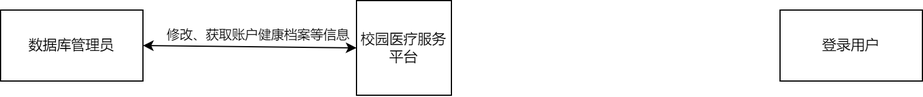
Earlier version of the draw.io export docs/系统设计报告/images/all_dataflow.png (Meng-XuanYu/Medical_System). Source tidied: cells renumbered, new cells last; positions are measured from the earlier drawing's top-left corner, leaving out a move shared by most shapes. Source of this version:
```xml
<mxGraphModel>
  <root>
    <mxCell id="0" />
    <mxCell id="1" parent="0" />
    <mxCell id="2" value="数据库管理员" style="rounded=0;whiteSpace=wrap;html=1;" parent="1" vertex="1">
      <mxGeometry y="8" width="120" height="60" as="geometry" />
    </mxCell>
    <mxCell id="3" value="登录用户" style="rounded=0;whiteSpace=wrap;html=1;" parent="1" vertex="1">
      <mxGeometry x="657" y="8" width="120" height="60" as="geometry" />
    </mxCell>
    <mxCell id="4" value="校园医疗服务平台" style="whiteSpace=wrap;html=1;" parent="1" vertex="1">
      <mxGeometry x="300" width="80" height="80" as="geometry" />
    </mxCell>
    <mxCell id="5" style="endArrow=classic;startArrow=classic;html=1;rounded=0;exitX=1;exitY=0.5;exitDx=0;exitDy=0;entryX=0;entryY=0.5;entryDx=0;entryDy=0;" parent="1" edge="1" source="2" target="4">
      <mxGeometry relative="1" as="geometry" />
    </mxCell>
    <mxCell id="6" value="修改、获取账户健康档案等信息" style="edgeLabel;html=1;align=center;verticalAlign=middle;" parent="5" vertex="1">
      <mxGeometry x="0.08" y="-2" relative="1" as="geometry">
        <mxPoint y="-12" as="offset" />
      </mxGeometry>
    </mxCell>
  </root>
</mxGraphModel>
```
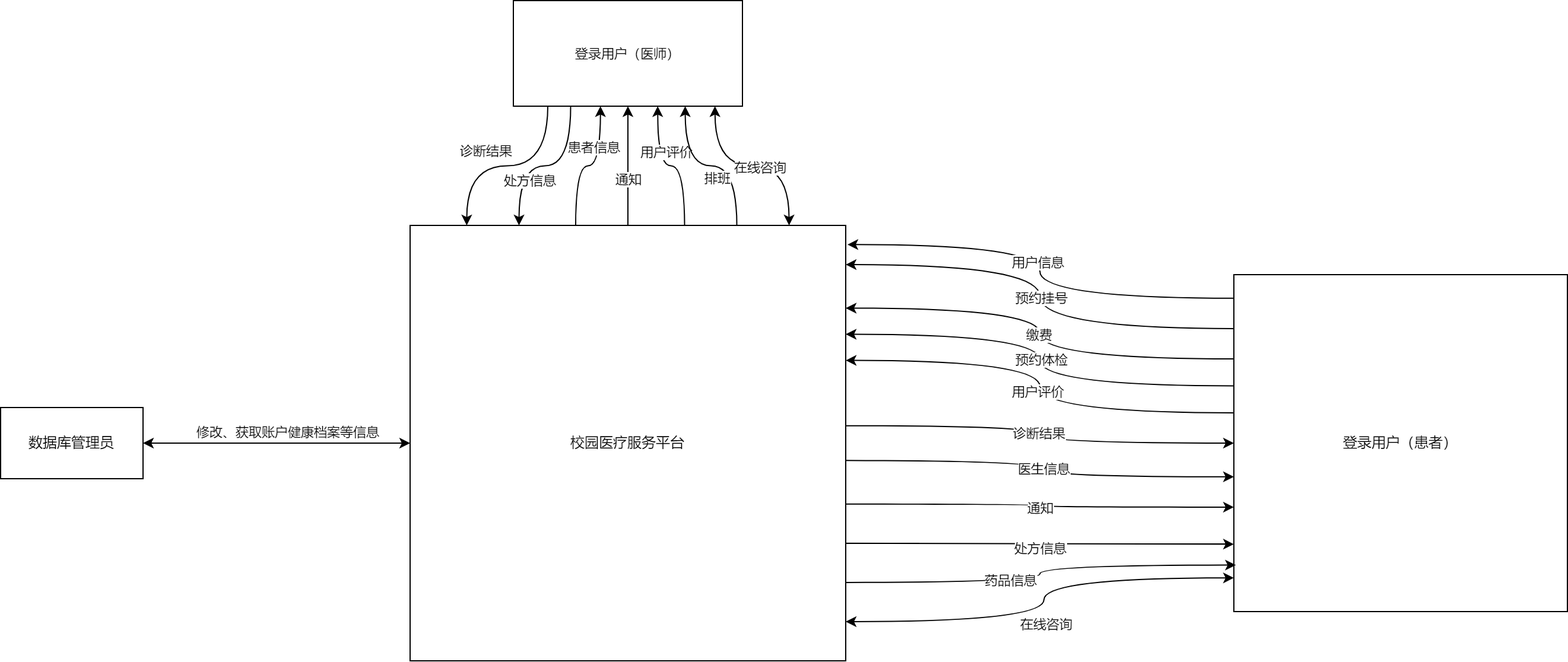
After the commit.

Change to the diagram source:
```diff
@@ -3,13 +3,13 @@
     <mxCell id="0" />
     <mxCell id="1" parent="0" />
     <mxCell id="2" value="数据库管理员" style="rounded=0;whiteSpace=wrap;html=1;" parent="1" vertex="1">
-      <mxGeometry y="8" width="120" height="60" as="geometry" />
+      <mxGeometry x="-174" y="52" width="120" height="60" as="geometry" />
     </mxCell>
-    <mxCell id="3" value="登录用户" style="rounded=0;whiteSpace=wrap;html=1;" parent="1" vertex="1">
-      <mxGeometry x="657" y="8" width="120" height="60" as="geometry" />
+    <mxCell id="3" value="登录用户（患者）" style="rounded=0;whiteSpace=wrap;html=1;points=[[0,0,0,0,0],[0,0.07,0,0,0],[0,0.16,0,0,0],[0,0.25,0,0,0],[0,0.33,0,0,0],[0,0.41,0,0,0],[0,0.5,0,0,0],[0,0.6,0,0,0],[0,0.69,0,0,0],[0,0.8,0,0,0],[0,0.9,0,0,0],[0,1,0,0,0],[0.25,0,0,0,0],[0.25,1,0,0,0],[0.5,0,0,0,0],[0.5,1,0,0,0],[0.75,0,0,0,0],[0.75,1,0,0,0],[1,0,0,0,0],[1,0.25,0,0,0],[1,0.38,0,0,0],[1,0.5,0,0,0],[1,0.64,0,0,0],[1,0.75,0,0,0],[1,1,0,0,0]];" parent="1" vertex="1">
+      <mxGeometry x="865" y="-60" width="281" height="284" as="geometry" />
     </mxCell>
-    <mxCell id="4" value="校园医疗服务平台" style="whiteSpace=wrap;html=1;" parent="1" vertex="1">
-      <mxGeometry x="300" width="80" height="80" as="geometry" />
+    <mxCell id="4" value="校园医疗服务平台" style="whiteSpace=wrap;html=1;points=[[0,0,0,0,0],[0,0.25,0,0,0],[0,0.5,0,0,0],[0,0.75,0,0,0],[0,1,0,0,0],[0.13,0,0,0,0],[0.25,0,0,0,0],[0.25,1,0,0,0],[0.38,0,0,0,0],[0.5,0,0,0,0],[0.5,1,0,0,0],[0.63,0,0,0,0],[0.75,0,0,0,0],[0.75,1,0,0,0],[0.87,0,0,0,0],[1,0,0,0,0],[1,0.09,0,0,0],[1,0.19,0,0,0],[1,0.25,0,0,0],[1,0.31,0,0,0],[1,0.38,0,0,0],[1,0.46,0,0,0],[1,0.54,0,0,0],[1,0.64,0,0,0],[1,0.73,0,0,0],[1,0.82,0,0,0],[1,0.91,0,0,0],[1,1,0,0,0]];" parent="1" vertex="1">
+      <mxGeometry x="171" y="-101.5" width="367" height="367" as="geometry" />
     </mxCell>
     <mxCell id="5" style="endArrow=classic;startArrow=classic;html=1;rounded=0;exitX=1;exitY=0.5;exitDx=0;exitDy=0;entryX=0;entryY=0.5;entryDx=0;entryDy=0;" parent="1" edge="1" source="2" target="4">
       <mxGeometry relative="1" as="geometry" />
@@ -19,5 +19,143 @@
         <mxPoint y="-12" as="offset" />
       </mxGeometry>
     </mxCell>
+    <mxCell id="7" style="edgeStyle=orthogonalEdgeStyle;shape=connector;curved=1;rounded=0;jettySize=auto;html=1;exitX=0;exitY=0.07;exitDx=0;exitDy=0;exitPerimeter=0;entryX=1.004;entryY=0.044;entryDx=0;entryDy=0;entryPerimeter=0;strokeColor=default;align=center;verticalAlign=middle;fontFamily=Helvetica;fontSize=11;fontColor=default;labelBackgroundColor=default;endArrow=classic;" parent="1" edge="1" source="3" target="4">
+      <mxGeometry relative="1" as="geometry" />
+    </mxCell>
+    <mxCell id="8" value="用户信息" style="edgeLabel;html=1;align=center;verticalAlign=middle;fontFamily=Helvetica;fontSize=11;fontColor=default;labelBackgroundColor=default;" parent="7" vertex="1">
+      <mxGeometry x="0.05" y="2" relative="1" as="geometry" />
+    </mxCell>
+    <mxCell id="9" style="edgeStyle=orthogonalEdgeStyle;shape=connector;curved=1;rounded=0;jettySize=auto;html=1;exitX=0;exitY=0.16;exitDx=0;exitDy=0;exitPerimeter=0;entryX=1;entryY=0.09;entryDx=0;entryDy=0;entryPerimeter=0;strokeColor=default;align=center;verticalAlign=middle;fontFamily=Helvetica;fontSize=11;fontColor=default;labelBackgroundColor=default;endArrow=classic;" parent="1" edge="1" source="3" target="4">
+      <mxGeometry relative="1" as="geometry" />
+    </mxCell>
+    <mxCell id="10" value="预约挂号" style="edgeLabel;html=1;align=center;verticalAlign=middle;fontFamily=Helvetica;fontSize=11;fontColor=default;labelBackgroundColor=default;" parent="9" vertex="1">
+      <mxGeometry x="-0.07" y="-1" relative="1" as="geometry">
+        <mxPoint y="-14" as="offset" />
+      </mxGeometry>
+    </mxCell>
+    <mxCell id="11" style="edgeStyle=orthogonalEdgeStyle;shape=connector;curved=1;rounded=0;jettySize=auto;html=1;exitX=0;exitY=0.25;exitDx=0;exitDy=0;exitPerimeter=0;entryX=1;entryY=0.19;entryDx=0;entryDy=0;entryPerimeter=0;strokeColor=default;align=center;verticalAlign=middle;fontFamily=Helvetica;fontSize=11;fontColor=default;labelBackgroundColor=default;endArrow=classic;" parent="1" edge="1" source="3" target="4">
+      <mxGeometry relative="1" as="geometry" />
+    </mxCell>
+    <mxCell id="12" value="缴费" style="edgeLabel;html=1;align=center;verticalAlign=middle;fontFamily=Helvetica;fontSize=11;fontColor=default;labelBackgroundColor=default;" parent="11" vertex="1">
+      <mxGeometry y="1" relative="1" as="geometry" />
+    </mxCell>
+    <mxCell id="13" style="edgeStyle=orthogonalEdgeStyle;shape=connector;curved=1;rounded=0;jettySize=auto;html=1;exitX=0;exitY=0.33;exitDx=0;exitDy=0;exitPerimeter=0;entryX=1;entryY=0.25;entryDx=0;entryDy=0;entryPerimeter=0;strokeColor=default;align=center;verticalAlign=middle;fontFamily=Helvetica;fontSize=11;fontColor=default;labelBackgroundColor=default;endArrow=classic;" parent="1" edge="1" source="3" target="4">
+      <mxGeometry relative="1" as="geometry" />
+    </mxCell>
+    <mxCell id="14" value="预约体检" style="edgeLabel;html=1;align=center;verticalAlign=middle;fontFamily=Helvetica;fontSize=11;fontColor=default;labelBackgroundColor=default;" parent="13" vertex="1">
+      <mxGeometry y="-1" relative="1" as="geometry" />
+    </mxCell>
+    <mxCell id="15" style="edgeStyle=orthogonalEdgeStyle;shape=connector;curved=1;rounded=0;jettySize=auto;html=1;exitX=0;exitY=0.41;exitDx=0;exitDy=0;exitPerimeter=0;entryX=1;entryY=0.31;entryDx=0;entryDy=0;entryPerimeter=0;strokeColor=default;align=center;verticalAlign=middle;fontFamily=Helvetica;fontSize=11;fontColor=default;labelBackgroundColor=default;endArrow=classic;" parent="1" edge="1" source="3" target="4">
+      <mxGeometry relative="1" as="geometry" />
+    </mxCell>
+    <mxCell id="16" value="用户评价" style="edgeLabel;html=1;align=center;verticalAlign=middle;fontFamily=Helvetica;fontSize=11;fontColor=default;labelBackgroundColor=default;" parent="15" vertex="1">
+      <mxGeometry x="-0.02" y="2" relative="1" as="geometry" />
+    </mxCell>
+    <mxCell id="17" style="edgeStyle=orthogonalEdgeStyle;shape=connector;curved=1;rounded=0;jettySize=auto;html=1;exitX=1;exitY=0.46;exitDx=0;exitDy=0;exitPerimeter=0;entryX=0;entryY=0.5;entryDx=0;entryDy=0;entryPerimeter=0;strokeColor=default;align=center;verticalAlign=middle;fontFamily=Helvetica;fontSize=11;fontColor=default;labelBackgroundColor=default;endArrow=classic;" parent="1" edge="1" source="4" target="3">
+      <mxGeometry relative="1" as="geometry" />
+    </mxCell>
+    <mxCell id="18" value="诊断结果" style="edgeLabel;html=1;align=center;verticalAlign=middle;fontFamily=Helvetica;fontSize=11;fontColor=default;labelBackgroundColor=default;" parent="17" vertex="1">
+      <mxGeometry x="-0.01" y="-1" relative="1" as="geometry" />
+    </mxCell>
+    <mxCell id="19" style="edgeStyle=orthogonalEdgeStyle;shape=connector;curved=1;rounded=0;jettySize=auto;html=1;exitX=1;exitY=0.54;exitDx=0;exitDy=0;exitPerimeter=0;entryX=0;entryY=0.6;entryDx=0;entryDy=0;entryPerimeter=0;strokeColor=default;align=center;verticalAlign=middle;fontFamily=Helvetica;fontSize=11;fontColor=default;labelBackgroundColor=default;endArrow=classic;" parent="1" edge="1" source="4" target="3">
+      <mxGeometry relative="1" as="geometry" />
+    </mxCell>
+    <mxCell id="20" value="医生信息" style="edgeLabel;html=1;align=center;verticalAlign=middle;fontFamily=Helvetica;fontSize=11;fontColor=default;labelBackgroundColor=default;" parent="19" vertex="1">
+      <mxGeometry y="3" relative="1" as="geometry" />
+    </mxCell>
+    <mxCell id="21" style="edgeStyle=orthogonalEdgeStyle;shape=connector;curved=1;rounded=0;jettySize=auto;html=1;exitX=1;exitY=0.64;exitDx=0;exitDy=0;exitPerimeter=0;entryX=0;entryY=0.69;entryDx=0;entryDy=0;entryPerimeter=0;strokeColor=default;align=center;verticalAlign=middle;fontFamily=Helvetica;fontSize=11;fontColor=default;labelBackgroundColor=default;endArrow=classic;" parent="1" edge="1" source="4" target="3">
+      <mxGeometry relative="1" as="geometry" />
+    </mxCell>
+    <mxCell id="22" value="通知" style="edgeLabel;html=1;align=center;verticalAlign=middle;fontFamily=Helvetica;fontSize=11;fontColor=default;labelBackgroundColor=default;" parent="21" vertex="1">
+      <mxGeometry x="0.01" y="-8" relative="1" as="geometry">
+        <mxPoint x="-1" y="-8" as="offset" />
+      </mxGeometry>
+    </mxCell>
+    <mxCell id="23" style="edgeStyle=orthogonalEdgeStyle;shape=connector;curved=1;rounded=0;jettySize=auto;html=1;exitX=1;exitY=0.73;exitDx=0;exitDy=0;exitPerimeter=0;entryX=0;entryY=0.8;entryDx=0;entryDy=0;entryPerimeter=0;strokeColor=default;align=center;verticalAlign=middle;fontFamily=Helvetica;fontSize=11;fontColor=default;labelBackgroundColor=default;endArrow=classic;" parent="1" edge="1" source="4" target="3">
+      <mxGeometry relative="1" as="geometry" />
+    </mxCell>
+    <mxCell id="24" value="处方信息" style="edgeLabel;html=1;align=center;verticalAlign=middle;fontFamily=Helvetica;fontSize=11;fontColor=default;labelBackgroundColor=default;" parent="23" vertex="1">
+      <mxGeometry x="-0.03" y="-6" relative="1" as="geometry">
+        <mxPoint x="5" y="-2" as="offset" />
+      </mxGeometry>
+    </mxCell>
+    <mxCell id="25" style="edgeStyle=orthogonalEdgeStyle;shape=connector;curved=1;rounded=0;jettySize=auto;html=1;exitX=1;exitY=0.82;exitDx=0;exitDy=0;exitPerimeter=0;strokeColor=default;align=center;verticalAlign=middle;fontFamily=Helvetica;fontSize=11;fontColor=default;labelBackgroundColor=default;endArrow=classic;entryX=0.006;entryY=0.862;entryDx=0;entryDy=0;entryPerimeter=0;" parent="1" edge="1" source="4" target="3">
+      <mxGeometry relative="1" as="geometry" />
+    </mxCell>
+    <mxCell id="26" value="药品信息" style="edgeLabel;html=1;align=center;verticalAlign=middle;fontFamily=Helvetica;fontSize=11;fontColor=default;labelBackgroundColor=default;" parent="25" vertex="1">
+      <mxGeometry x="-0.03" y="-1" relative="1" as="geometry">
+        <mxPoint x="-26" y="1" as="offset" />
+      </mxGeometry>
+    </mxCell>
+    <mxCell id="27" style="endArrow=classic;startArrow=classic;html=1;rounded=0;strokeColor=default;align=center;verticalAlign=middle;fontFamily=Helvetica;fontSize=11;fontColor=default;labelBackgroundColor=default;edgeStyle=orthogonalEdgeStyle;curved=1;entryX=0;entryY=0.9;entryDx=0;entryDy=0;entryPerimeter=0;exitX=1;exitY=0.91;exitDx=0;exitDy=0;exitPerimeter=0;" parent="1" edge="1" source="4" target="3">
+      <mxGeometry relative="1" as="geometry">
+        <Array as="points">
+          <mxPoint x="705" y="233" />
+          <mxPoint x="705" y="196" />
+        </Array>
+      </mxGeometry>
+    </mxCell>
+    <mxCell id="28" value="在线咨询" style="edgeLabel;html=1;align=center;verticalAlign=middle;fontFamily=Helvetica;fontSize=11;fontColor=default;labelBackgroundColor=default;" parent="27" vertex="1">
+      <mxGeometry x="0.04" y="-4" relative="1" as="geometry">
+        <mxPoint x="-3" y="23" as="offset" />
+      </mxGeometry>
+    </mxCell>
+    <mxCell id="29" value="登录用户（医师）" style="rounded=0;whiteSpace=wrap;html=1;fontFamily=Helvetica;fontSize=11;fontColor=default;labelBackgroundColor=default;points=[[0,0,0,0,0],[0,1,0,0,0],[0.15,1,0,0,0],[0.25,0,0,0,0],[0.25,1,0,0,0],[0.38,1,0,0,0],[0.5,0,0,0,0],[0.5,1,0,0,0],[0.63,1,0,0,0],[0.75,0,0,0,0],[0.75,1,0,0,0],[0.88,1,0,0,0],[1,0,0,0,0],[1,0.25,0,0,0],[1,0.5,0,0,0],[1,0.75,0,0,0],[1,1,0,0,0]];" parent="1" vertex="1">
+      <mxGeometry x="258" y="-291" width="193" height="89" as="geometry" />
+    </mxCell>
+    <mxCell id="30" style="edgeStyle=orthogonalEdgeStyle;shape=connector;curved=1;rounded=0;jettySize=auto;html=1;exitX=0.15;exitY=1;exitDx=0;exitDy=0;exitPerimeter=0;entryX=0.13;entryY=0;entryDx=0;entryDy=0;entryPerimeter=0;strokeColor=default;align=center;verticalAlign=middle;fontFamily=Helvetica;fontSize=11;fontColor=default;labelBackgroundColor=default;endArrow=classic;" parent="1" edge="1" source="29" target="4">
+      <mxGeometry relative="1" as="geometry" />
+    </mxCell>
+    <mxCell id="31" value="诊断结果" style="edgeLabel;html=1;align=center;verticalAlign=middle;fontFamily=Helvetica;fontSize=11;fontColor=default;labelBackgroundColor=default;" parent="30" vertex="1">
+      <mxGeometry y="-5" relative="1" as="geometry">
+        <mxPoint x="-19" y="-8" as="offset" />
+      </mxGeometry>
+    </mxCell>
+    <mxCell id="32" style="edgeStyle=orthogonalEdgeStyle;shape=connector;curved=1;rounded=0;jettySize=auto;html=1;exitX=0.25;exitY=1;exitDx=0;exitDy=0;exitPerimeter=0;entryX=0.25;entryY=0;entryDx=0;entryDy=0;entryPerimeter=0;strokeColor=default;align=center;verticalAlign=middle;fontFamily=Helvetica;fontSize=11;fontColor=default;labelBackgroundColor=default;endArrow=classic;" parent="1" edge="1" source="29" target="4">
+      <mxGeometry relative="1" as="geometry" />
+    </mxCell>
+    <mxCell id="33" value="处方信息" style="edgeLabel;html=1;align=center;verticalAlign=middle;fontFamily=Helvetica;fontSize=11;fontColor=default;labelBackgroundColor=default;" parent="32" vertex="1">
+      <mxGeometry x="-0.06" y="-2" relative="1" as="geometry">
+        <mxPoint x="-18" y="14" as="offset" />
+      </mxGeometry>
+    </mxCell>
+    <mxCell id="34" style="edgeStyle=orthogonalEdgeStyle;shape=connector;curved=1;rounded=0;jettySize=auto;html=1;exitX=0.38;exitY=0;exitDx=0;exitDy=0;exitPerimeter=0;entryX=0.38;entryY=1;entryDx=0;entryDy=0;entryPerimeter=0;strokeColor=default;align=center;verticalAlign=middle;fontFamily=Helvetica;fontSize=11;fontColor=default;labelBackgroundColor=default;endArrow=classic;" parent="1" edge="1" source="4" target="29">
+      <mxGeometry relative="1" as="geometry" />
+    </mxCell>
+    <mxCell id="35" value="患者信息" style="edgeLabel;html=1;align=center;verticalAlign=middle;fontFamily=Helvetica;fontSize=11;fontColor=default;labelBackgroundColor=default;" parent="34" vertex="1">
+      <mxGeometry x="-0.04" y="2" relative="1" as="geometry">
+        <mxPoint x="6" y="-14" as="offset" />
+      </mxGeometry>
+    </mxCell>
+    <mxCell id="36" style="edgeStyle=orthogonalEdgeStyle;shape=connector;curved=1;rounded=0;jettySize=auto;html=1;exitX=0.5;exitY=0;exitDx=0;exitDy=0;exitPerimeter=0;entryX=0.5;entryY=1;entryDx=0;entryDy=0;entryPerimeter=0;strokeColor=default;align=center;verticalAlign=middle;fontFamily=Helvetica;fontSize=11;fontColor=default;labelBackgroundColor=default;endArrow=classic;" parent="1" edge="1" source="4" target="29">
+      <mxGeometry relative="1" as="geometry" />
+    </mxCell>
+    <mxCell id="37" value="通知" style="edgeLabel;html=1;align=center;verticalAlign=middle;fontFamily=Helvetica;fontSize=11;fontColor=default;labelBackgroundColor=default;" parent="36" vertex="1">
+      <mxGeometry x="-0.08" y="-1" relative="1" as="geometry">
+        <mxPoint x="-1" y="6" as="offset" />
+      </mxGeometry>
+    </mxCell>
+    <mxCell id="38" style="edgeStyle=orthogonalEdgeStyle;shape=connector;curved=1;rounded=0;jettySize=auto;html=1;exitX=0.63;exitY=0;exitDx=0;exitDy=0;exitPerimeter=0;entryX=0.63;entryY=1;entryDx=0;entryDy=0;entryPerimeter=0;strokeColor=default;align=center;verticalAlign=middle;fontFamily=Helvetica;fontSize=11;fontColor=default;labelBackgroundColor=default;endArrow=classic;" parent="1" edge="1" source="4" target="29">
+      <mxGeometry relative="1" as="geometry" />
+    </mxCell>
+    <mxCell id="39" value="用户评价" style="edgeLabel;html=1;align=center;verticalAlign=middle;fontFamily=Helvetica;fontSize=11;fontColor=default;labelBackgroundColor=default;" parent="38" vertex="1">
+      <mxGeometry x="-0.08" y="5" relative="1" as="geometry">
+        <mxPoint x="-9" y="-17" as="offset" />
+      </mxGeometry>
+    </mxCell>
+    <mxCell id="40" style="edgeStyle=orthogonalEdgeStyle;shape=connector;curved=1;rounded=0;jettySize=auto;html=1;exitX=0.75;exitY=0;exitDx=0;exitDy=0;exitPerimeter=0;entryX=0.75;entryY=1;entryDx=0;entryDy=0;entryPerimeter=0;strokeColor=default;align=center;verticalAlign=middle;fontFamily=Helvetica;fontSize=11;fontColor=default;labelBackgroundColor=default;endArrow=classic;" parent="1" edge="1" source="4" target="29">
+      <mxGeometry relative="1" as="geometry" />
+    </mxCell>
+    <mxCell id="41" value="排班" style="edgeLabel;html=1;align=center;verticalAlign=middle;fontFamily=Helvetica;fontSize=11;fontColor=default;labelBackgroundColor=default;" parent="40" vertex="1">
+      <mxGeometry y="-6" relative="1" as="geometry">
+        <mxPoint x="4" y="16" as="offset" />
+      </mxGeometry>
+    </mxCell>
+    <mxCell id="42" style="edgeStyle=orthogonalEdgeStyle;shape=connector;curved=1;rounded=0;jettySize=auto;html=1;exitX=0.87;exitY=0;exitDx=0;exitDy=0;exitPerimeter=0;entryX=0.88;entryY=1;entryDx=0;entryDy=0;entryPerimeter=0;strokeColor=default;align=center;verticalAlign=middle;fontFamily=Helvetica;fontSize=11;fontColor=default;labelBackgroundColor=default;endArrow=classic;noJump=0;enumerate=0;flowAnimation=0;shadow=0;startArrow=classic;startFill=1;" parent="1" edge="1" source="4" target="29">
+      <mxGeometry relative="1" as="geometry" />
+    </mxCell>
+    <mxCell id="43" value="在线咨询" style="edgeLabel;html=1;align=center;verticalAlign=middle;fontFamily=Helvetica;fontSize=11;fontColor=default;labelBackgroundColor=default;" parent="42" vertex="1">
+      <mxGeometry x="-0.07" y="1" relative="1" as="geometry" />
+    </mxCell>
   </root>
 </mxGraphModel>
```
